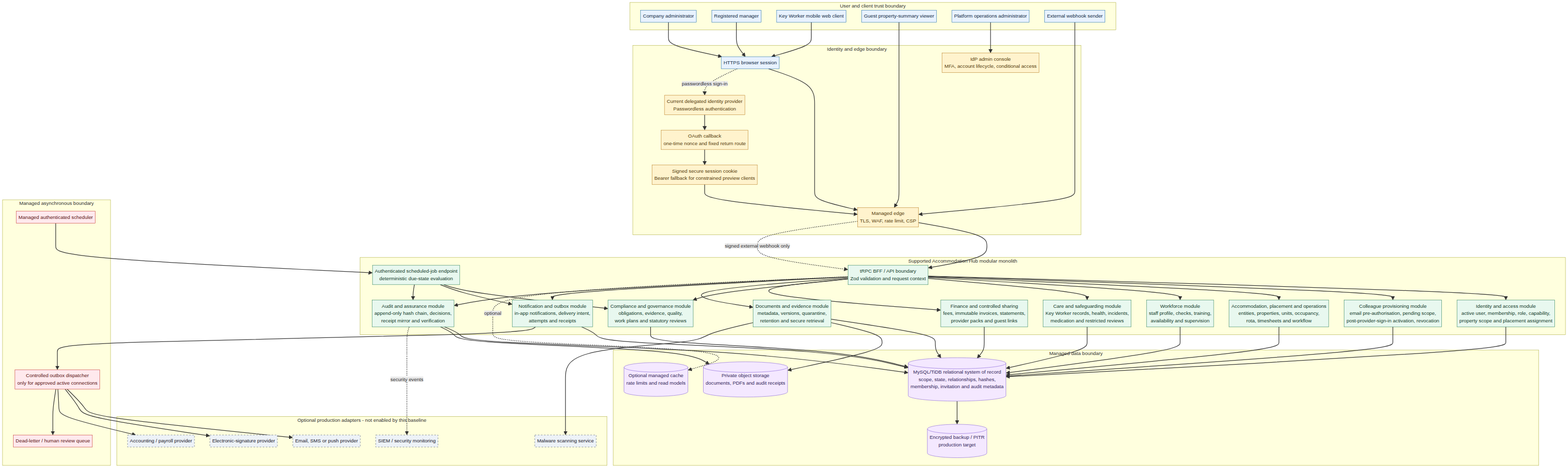
FarmaTrust/Supported-Accommodation keeps this Mermaid diagram as docs/technical-system-architecture.png. Above is the earlier version. Its source is kept beside it as docs/technical-system-architecture.mmd. Source of this version:
```mermaid
flowchart TB
  subgraph USERS[User and client trust boundary]
    Owner[Company administrator]
    Manager[Registered manager]
    Worker[Key Worker mobile web client]
    Guest[Guest property-summary viewer]
    Admin[Platform operations administrator]
    Webhook[External webhook sender]
  end

  subgraph IDENTITY[Identity and edge boundary]
    Browser[HTTPS browser session]
    IdP[Current delegated identity provider
Passwordless authentication]
    IdPAdmin[IdP admin console
MFA, account lifecycle, conditional access]
    Edge[Managed edge
TLS, WAF, rate limit, CSP]
    OAuth[OAuth callback
one-time nonce and fixed return route]
    Session[Signed secure session cookie
Bearer fallback for constrained preview clients]
  end

  subgraph HUB[Supported Accommodation Hub modular monolith]
    BFF[tRPC BFF / API boundary
Zod validation and request context]
    IAM[Identity and access module
active user, membership, role, capability,
property scope and placement assignment]
    Provision[Colleague provisioning module
email pre-authorisation, pending scope,
post-provider-sign-in activation, revocation]
    Core[Accommodation, placement and operations
entities, properties, units, occupancy,
rota, timesheets and workflow]
    Workforce[Workforce module
staff profile, checks, training,
availability and supervision]
    Care[Care and safeguarding module
Key Worker records, health, incidents,
medication and restricted reviews]
    Compliance[Compliance and governance module
obligations, evidence, quality,
work plans and statutory reviews]
    Finance[Finance and controlled sharing
fees, immutable invoices, statements,
provider packs and guest links]
    Documents[Documents and evidence module
metadata, versions, quarantine,
retention and secure retrieval]
    Notify[Notification and outbox module
in-app notifications, delivery intent,
attempts and receipts]
    Audit[Audit and assurance module
append-only hash chain, decisions,
receipt mirror and verification]
    Job[Authenticated scheduled-job endpoint
deterministic due-state evaluation]
  end

  subgraph DATA[Managed data boundary]
    DB[(MySQL/TiDB relational system of record
scope, state, relationships, hashes,
membership, invitation and audit metadata)]
    Storage[(Private object storage
documents, PDFs and audit receipts)]
    Cache[(Optional managed cache
rate limits and read models)]
    Backups[(Encrypted backup / PITR
production target)]
  end

  subgraph ASYNC[Managed asynchronous boundary]
    Scheduler[Managed authenticated scheduler]
    Dispatcher[Controlled outbox dispatcher
only for approved active connections]
    Review[Dead-letter / human review queue]
  end

  subgraph OPTIONAL[Optional production adapters - not enabled by this baseline]
    Scan[Malware scanning service]
    Mail[Email, SMS or push provider]
    Sign[Electronic-signature provider]
    Accounts[Accounting / payroll provider]
    SIEM[SIEM / security monitoring]
  end

  Owner --> Browser
  Manager --> Browser
  Worker --> Browser
  Guest --> Edge
  Admin --> IdPAdmin
  Browser --> Edge
  Browser -. passwordless sign-in .-> IdP
  IdP --> OAuth
  OAuth --> Session
  Session --> Edge
  Edge --> BFF
  Webhook --> Edge
  Edge -. signed external webhook only .-> BFF

  BFF --> IAM
  BFF --> Provision
  BFF --> Core
  BFF --> Workforce
  BFF --> Care
  BFF --> Compliance
  BFF --> Finance
  BFF --> Documents
  BFF --> Notify
  BFF --> Audit
  IAM --> DB
  Provision --> DB
  Core --> DB
  Workforce --> DB
  Care --> DB
  Compliance --> DB
  Finance --> DB
  Documents --> DB
  Documents --> Storage
  Notify --> DB
  Audit --> DB
  Audit --> Storage
  BFF -. optional .-> Cache
  DB --> Backups

  Scheduler --> Job
  Job --> Compliance
  Job --> Notify
  Job --> Audit
  Notify --> Dispatcher
  Dispatcher --> Mail
  Dispatcher --> Sign
  Dispatcher --> Accounts
  Dispatcher --> Review
  Documents --> Scan
  Audit -. security events .-> SIEM

  classDef client fill:#e8f2ff,stroke:#1769aa,color:#102a43
  classDef edge fill:#fff3cd,stroke:#b7791f,color:#553c0b
  classDef app fill:#e8f8ef,stroke:#237a57,color:#123b2a
  classDef data fill:#f4e8ff,stroke:#805ad5,color:#322659
  classDef async fill:#ffe9ed,stroke:#c53030,color:#5a1212
  classDef optional fill:#edf2f7,stroke:#4a5568,color:#1a202c,stroke-dasharray: 5 5
  class Owner,Manager,Worker,Guest,Admin,Webhook,Browser client
  class IdP,IdPAdmin,Edge,OAuth,Session edge
  class BFF,IAM,Provision,Core,Workforce,Care,Compliance,Finance,Documents,Notify,Audit,Job app
  class DB,Storage,Cache,Backups data
  class Scheduler,Dispatcher,Review async
  class Scan,Mail,Sign,Accounts,SIEM optional
```
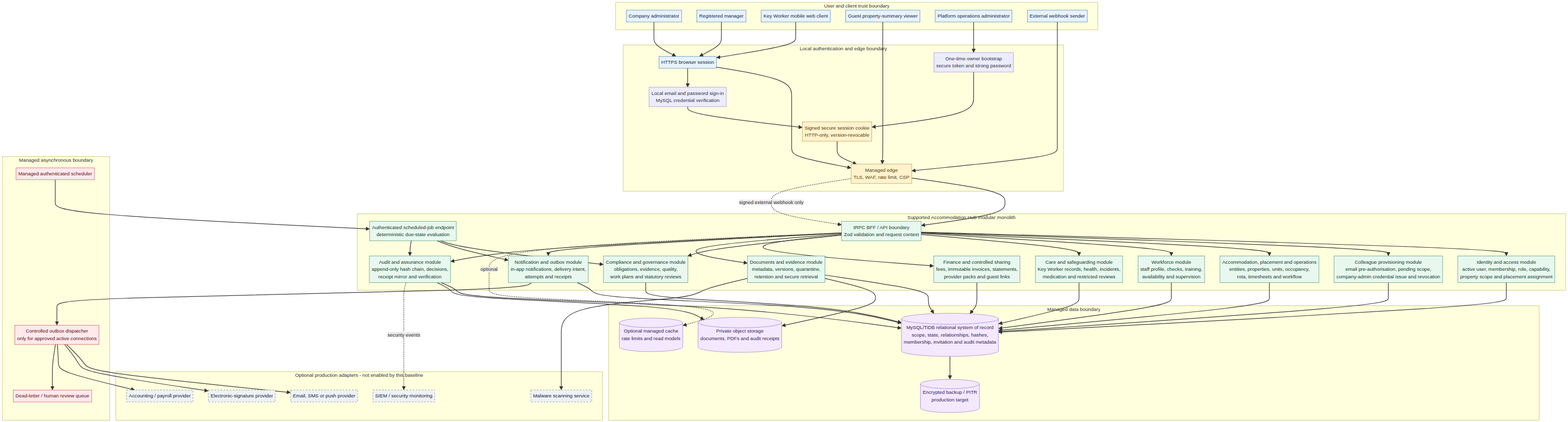
The same diagram one commit later.

Diff of the diagram source:
```diff
@@ -8,18 +8,16 @@
     Webhook[External webhook sender]
   end
 
-  subgraph IDENTITY[Identity and edge boundary]
+  subgraph IDENTITY[Local authentication and edge boundary]
     Browser[HTTPS browser session]
-    IdP[Current delegated identity provider
-Passwordless authentication]
-    IdPAdmin[IdP admin console
-MFA, account lifecycle, conditional access]
+    Login[Local email and password sign-in
+MySQL credential verification]
+    Bootstrap[One-time owner bootstrap
+secure token and strong password]
     Edge[Managed edge
 TLS, WAF, rate limit, CSP]
-    OAuth[OAuth callback
-one-time nonce and fixed return route]
     Session[Signed secure session cookie
-Bearer fallback for constrained preview clients]
+HTTP-only, version-revocable]
   end
 
   subgraph HUB[Supported Accommodation Hub modular monolith]
@@ -30,7 +28,7 @@
 property scope and placement assignment]
     Provision[Colleague provisioning module
 email pre-authorisation, pending scope,
-post-provider-sign-in activation, revocation]
+company-admin credential issue and revocation]
     Core[Accommodation, placement and operations
 entities, properties, units, occupancy,
 rota, timesheets and workflow]
@@ -90,11 +88,11 @@
   Manager --> Browser
   Worker --> Browser
   Guest --> Edge
-  Admin --> IdPAdmin
+  Admin --> Bootstrap
   Browser --> Edge
-  Browser -. passwordless sign-in .-> IdP
-  IdP --> OAuth
-  OAuth --> Session
+  Browser --> Login
+  Login --> Session
+  Bootstrap --> Session
   Session --> Edge
   Edge --> BFF
   Webhook --> Edge
```
